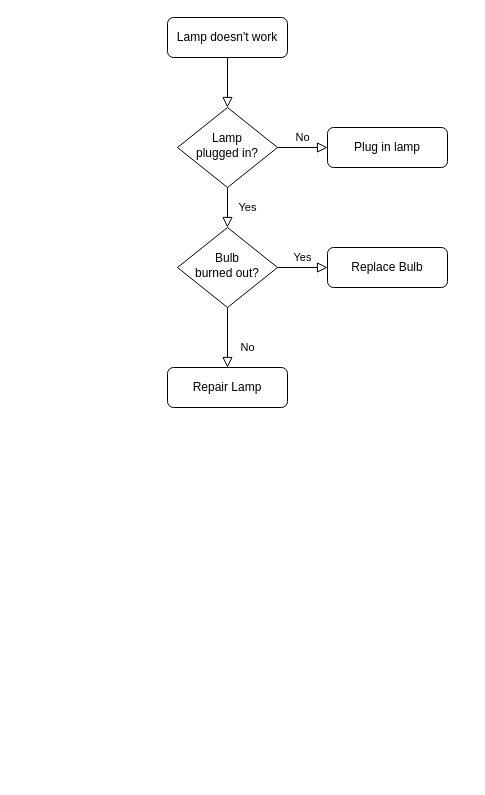
This is Untitled Diagram.drawio from XiomaraG5/ComandosGit, a draw.io file, before an edit. Source tidied: cells renumbered, new cells numbered last; positions are measured from the earlier drawing's top-left corner, leaving out a move shared by most shapes. Both pictures are drawn from the tidied source at 100%, with x=0, y=0 at pixel (167, 17).
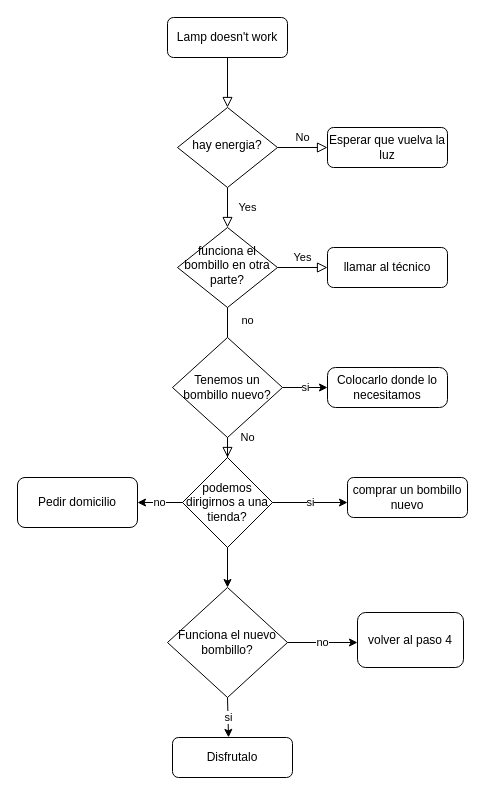
After the change.

Change to the diagram source:
```diff
@@
-    <mxCell id="6" value="Lamp&lt;br&gt;plugged in?" style="rhombus;whiteSpace=wrap;html=1;shadow=0;fontFamily=Helvetica;fontSize=12;align=center;strokeWidth=1;spacing=6;spacingTop=-4;" parent="1" vertex="1">
+    <mxCell id="6" value="hay energia?" style="rhombus;whiteSpace=wrap;html=1;shadow=0;fontFamily=Helvetica;fontSize=12;align=center;strokeWidth=1;spacing=6;spacingTop=-4;" parent="1" vertex="1">
       <mxGeometry x="10" y="90" width="100" height="80" as="geometry" />
     </mxCell>
-    <mxCell id="7" value="Plug in lamp" style="rounded=1;whiteSpace=wrap;html=1;fontSize=12;glass=0;strokeWidth=1;shadow=0;" parent="1" vertex="1">
+    <mxCell id="7" value="Esperar que vuelva la luz" style="rounded=1;whiteSpace=wrap;html=1;fontSize=12;glass=0;strokeWidth=1;shadow=0;" parent="1" vertex="1">
       <mxGeometry x="160" y="110" width="120" height="40" as="geometry" />
     </mxCell>
-    <mxCell id="8" value="No" style="rounded=0;html=1;jettySize=auto;fontSize=11;endArrow=block;endFill=0;endSize=8;strokeWidth=1;shadow=0;labelBackgroundColor=none;edgeStyle=orthogonalEdgeStyle;" parent="1" edge="1" source="10" target="11">
+    <mxCell id="8" value="No" style="rounded=0;html=1;jettySize=auto;fontSize=11;endArrow=block;endFill=0;endSize=8;strokeWidth=1;shadow=0;labelBackgroundColor=none;edgeStyle=orthogonalEdgeStyle;startArrow=none;entryX=0.5;entryY=0;entryDx=0;entryDy=0;" parent="1" edge="1" source="14" target="17">
       <mxGeometry x="0.33" y="20" relative="1" as="geometry" />
     </mxCell>
@@
-    <mxCell id="10" value="Bulb&lt;br&gt;burned out?" style="rhombus;whiteSpace=wrap;html=1;shadow=0;fontFamily=Helvetica;fontSize=12;align=center;strokeWidth=1;spacing=6;spacingTop=-4;" parent="1" vertex="1">
+    <mxCell id="10" value="funciona el bombillo en otra parte?" style="rhombus;whiteSpace=wrap;html=1;shadow=0;fontFamily=Helvetica;fontSize=12;align=center;strokeWidth=1;spacing=6;spacingTop=-4;" parent="1" vertex="1">
       <mxGeometry x="10" y="210" width="100" height="80" as="geometry" />
     </mxCell>
-    <mxCell id="11" value="Repair Lamp" style="rounded=1;whiteSpace=wrap;html=1;fontSize=12;glass=0;strokeWidth=1;shadow=0;" parent="1" vertex="1">
-      <mxGeometry y="350" width="120" height="40" as="geometry" />
+    <mxCell id="11" value="Disfrutalo" style="rounded=1;whiteSpace=wrap;html=1;fontSize=12;glass=0;strokeWidth=1;shadow=0;" parent="1" vertex="1">
+      <mxGeometry x="5" y="720" width="120" height="40" as="geometry" />
     </mxCell>
-    <mxCell id="12" value="Replace Bulb" style="rounded=1;whiteSpace=wrap;html=1;fontSize=12;glass=0;strokeWidth=1;shadow=0;" parent="1" vertex="1">
+    <mxCell id="12" value="llamar al técnico" style="rounded=1;whiteSpace=wrap;html=1;fontSize=12;glass=0;strokeWidth=1;shadow=0;" parent="1" vertex="1">
       <mxGeometry x="160" y="230" width="120" height="40" as="geometry" />
     </mxCell>
+    <mxCell id="13" value="si" style="edgeStyle=orthogonalEdgeStyle;rounded=0;jettySize=auto;html=1;" parent="1" edge="1" source="14" target="16">
+      <mxGeometry relative="1" as="geometry" />
+    </mxCell>
+    <mxCell id="14" value="Tenemos un bombillo nuevo?" style="rhombus;whiteSpace=wrap;html=1;" parent="1" vertex="1">
+      <mxGeometry x="5" y="320" width="110" height="100" as="geometry" />
+    </mxCell>
+    <mxCell id="15" value="no" style="rounded=0;html=1;jettySize=auto;fontSize=11;endArrow=none;endFill=0;endSize=8;strokeWidth=1;shadow=0;labelBackgroundColor=none;edgeStyle=orthogonalEdgeStyle;" parent="1" edge="1" source="10" target="14">
+      <mxGeometry x="0.33" y="20" relative="1" as="geometry" />
+    </mxCell>
+    <mxCell id="16" value="Colocarlo donde lo necesitamos" style="rounded=1;whiteSpace=wrap;html=1;fontSize=12;glass=0;strokeWidth=1;shadow=0;arcSize=20;" parent="1" vertex="1">
+      <mxGeometry x="160" y="350" width="120" height="40" as="geometry" />
+    </mxCell>
+    <mxCell id="17" value="podemos dirigirnos a una tienda?" style="rhombus;whiteSpace=wrap;html=1;" parent="1" vertex="1">
+      <mxGeometry x="15" y="440" width="90" height="90" as="geometry" />
+    </mxCell>
+    <mxCell id="18" value="si" style="endArrow=classic;html=1;rounded=0;exitX=1;exitY=0.5;exitDx=0;exitDy=0;" parent="1" edge="1" source="17">
+      <mxGeometry relative="1" as="geometry">
+        <mxPoint x="180" y="485" as="targetPoint" />
+      </mxGeometry>
+    </mxCell>
+    <mxCell id="19" value="comprar un bombillo nuevo" style="rounded=1;whiteSpace=wrap;html=1;" parent="1" vertex="1">
+      <mxGeometry x="180" y="460" width="120" height="40" as="geometry" />
+    </mxCell>
+    <mxCell id="20" value="Funciona el nuevo bombillo?" style="rhombus;whiteSpace=wrap;html=1;" parent="1" vertex="1">
+      <mxGeometry y="570" width="120" height="110" as="geometry" />
+    </mxCell>
+    <mxCell id="21" style="endArrow=classic;html=1;rounded=0;exitX=0.5;exitY=1;exitDx=0;exitDy=0;entryX=0.5;entryY=0;entryDx=0;entryDy=0;" parent="1" edge="1" source="17" target="20">
+      <mxGeometry relative="1" as="geometry" />
+    </mxCell>
+    <mxCell id="22" value="no" style="endArrow=classic;html=1;rounded=0;exitX=0;exitY=0.5;exitDx=0;exitDy=0;" parent="1" edge="1" source="17">
+      <mxGeometry relative="1" as="geometry">
+        <mxPoint x="-30" y="485" as="targetPoint" />
+      </mxGeometry>
+    </mxCell>
+    <mxCell id="23" value="Pedir domicilio" style="rounded=1;whiteSpace=wrap;html=1;" parent="1" vertex="1">
+      <mxGeometry x="-150" y="460" width="120" height="50" as="geometry" />
+    </mxCell>
+    <mxCell id="24" value="si" style="endArrow=classic;html=1;rounded=0;entryX=0.467;entryY=-0.003;entryDx=0;entryDy=0;exitX=0.5;exitY=1;exitDx=0;exitDy=0;entryPerimeter=0;" parent="1" edge="1" source="20" target="11">
+      <mxGeometry relative="1" as="geometry" />
+    </mxCell>
+    <mxCell id="25" value="no" style="endArrow=classic;html=1;rounded=0;exitX=1;exitY=0.5;exitDx=0;exitDy=0;" parent="1" edge="1" source="20">
+      <mxGeometry relative="1" as="geometry">
+        <mxPoint x="190" y="625" as="targetPoint" />
+      </mxGeometry>
+    </mxCell>
+    <mxCell id="26" value="volver al paso 4" style="rounded=1;whiteSpace=wrap;html=1;" parent="1" vertex="1">
+      <mxGeometry x="190" y="595" width="106" height="55" as="geometry" />
+    </mxCell>
```
